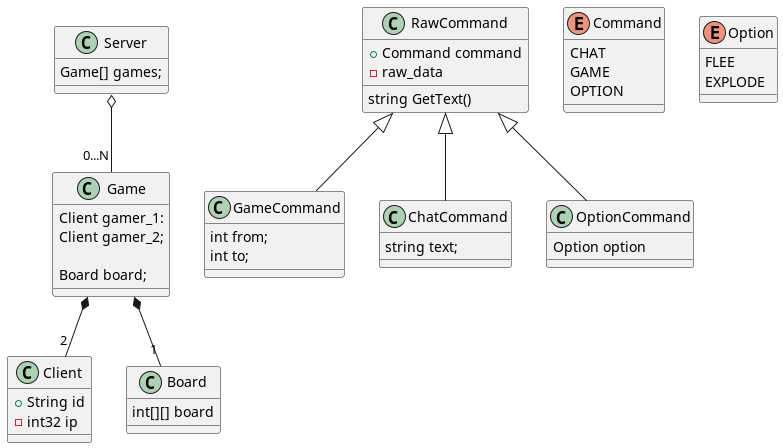
Above: resources/ClassWork.png in Beloin/PPDOneLeftGame-RMI (PlantUML), before the change.
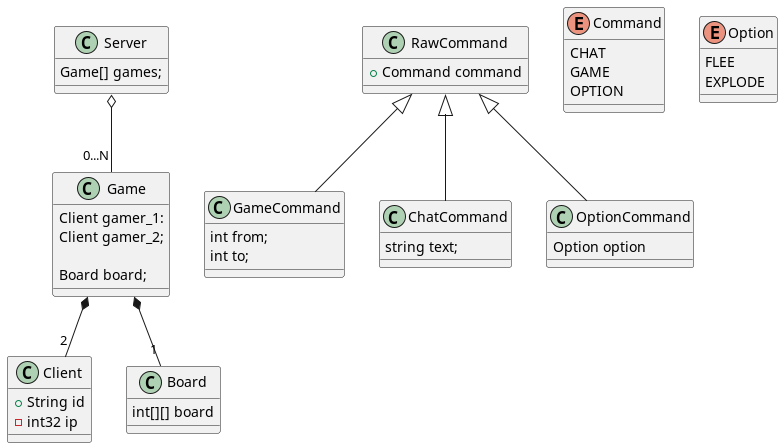
The same diagram one commit later.

The edit, as a diff of the source:
```diff
@@ -28,9 +28,6 @@
 
 class RawCommand {
     + Command command
-    - raw_data
-
-    string GetText()
 }
 
 class GameCommand {
```
